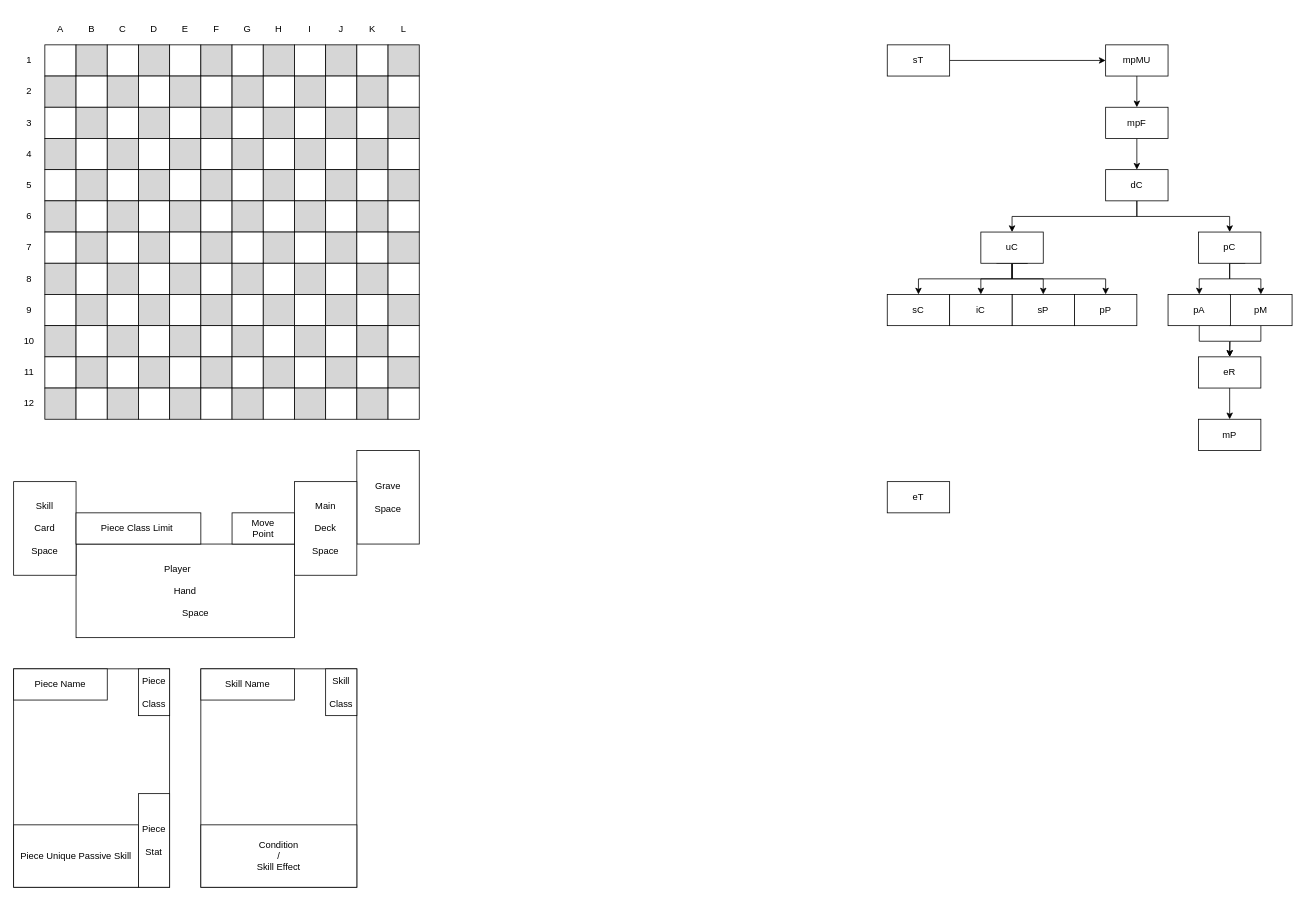
Above: Prototype.drawio in yjk0401/unityenginebasic_9th (draw.io), before the change. Source tidied: cells renumbered, new cells numbered last; positions are measured from the earlier drawing's top-left corner, leaving out a move shared by most shapes. Both pictures are drawn from the tidied source at 78%, with x=0, y=0 at pixel (13, 13).
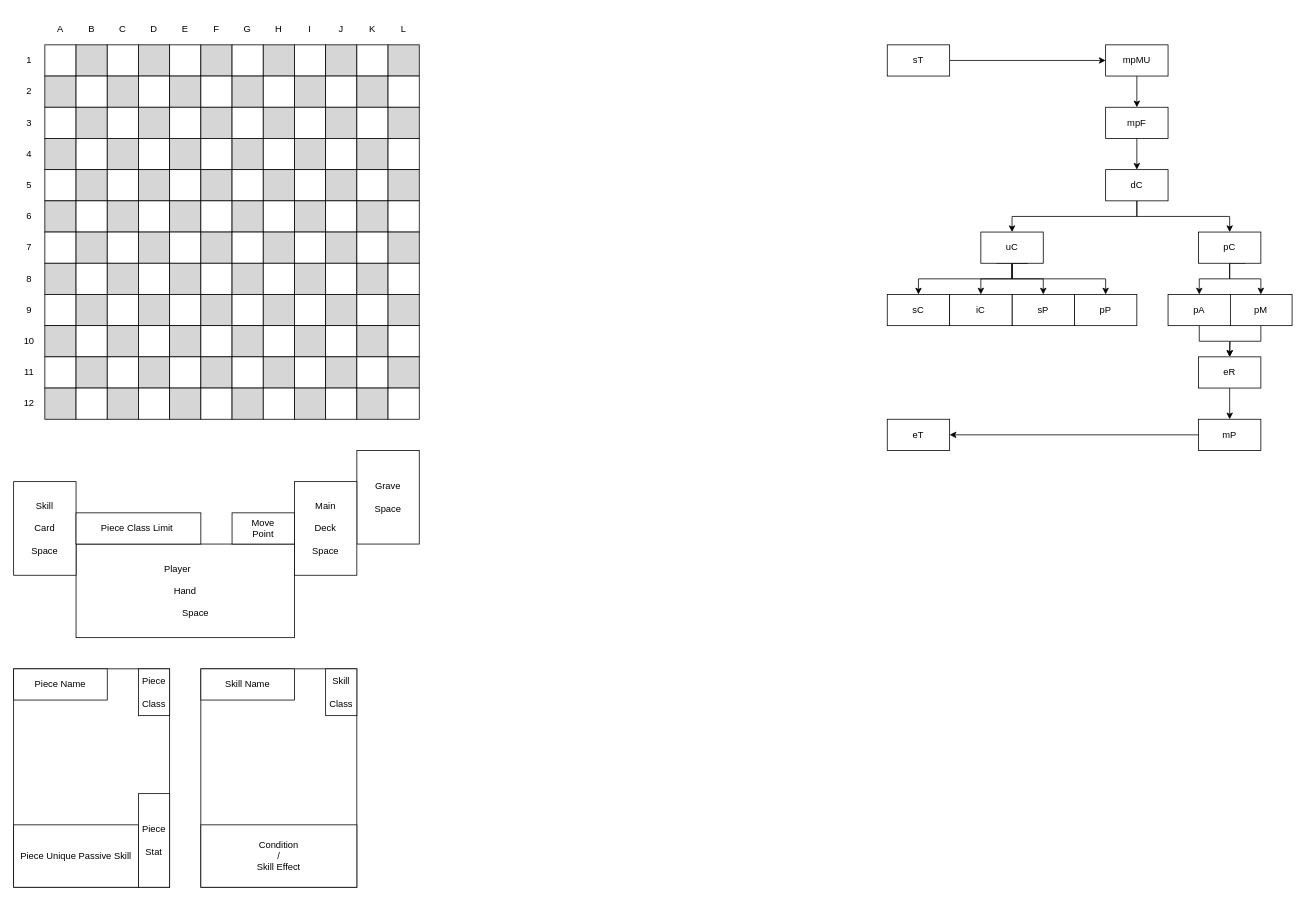
The same page after the edit.

The change refers to these unchanged cells:
```xml
<mxCell id="208" value="mP" style="rounded=0;whiteSpace=wrap;html=1;" parent="1" vertex="1">
  <mxGeometry x="1519" y="520" width="80" height="40" as="geometry" />
</mxCell>
```

The edit, as a diff of the source:
```diff
@@
     <mxCell id="191" value="eT" style="rounded=0;whiteSpace=wrap;html=1;" parent="1" vertex="1">
-      <mxGeometry x="1120" y="600" width="80" height="40" as="geometry" />
+      <mxGeometry x="1120" y="520" width="80" height="40" as="geometry" />
     </mxCell>
@@
+    <mxCell id="215" style="edgeStyle=orthogonalEdgeStyle;rounded=0;jettySize=auto;html=1;exitX=0;exitY=0.5;exitDx=0;exitDy=0;entryX=1;entryY=0.5;entryDx=0;entryDy=0;" parent="1" edge="1" source="208" target="191">
+      <mxGeometry relative="1" as="geometry" />
+    </mxCell>
```
